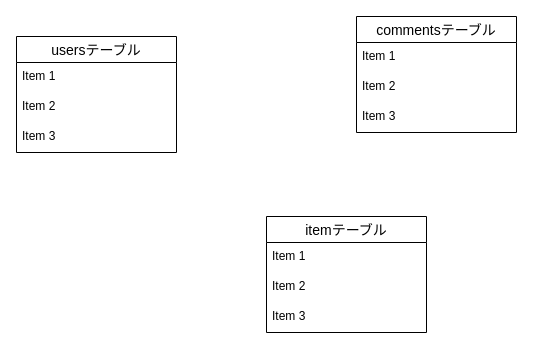
This is test.dio from yushi777/bag-app, a draw.io file, before an edit. Source tidied: cells renumbered, new cells numbered last; positions are measured from the earlier drawing's top-left corner, leaving out a move shared by most shapes. Both pictures are drawn from the tidied source at 100%, with x=0, y=0 at pixel (16, 16).
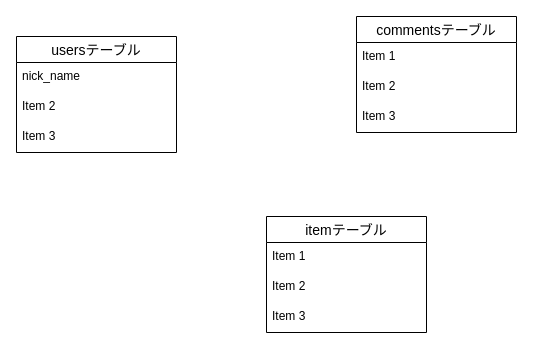
After the change.

Diff of the diagram source:
```diff
@@
 <mxGraphModel>
   <root>
     <mxCell id="0" />
     <mxCell id="1" parent="0" />
     <mxCell id="2" value="usersテーブル" style="swimlane;fontStyle=0;horizontal=1;startSize=26;align=center;fontSize=14;" parent="1" vertex="1">
       <mxGeometry y="20" width="160" height="116" as="geometry" />
     </mxCell>
-    <mxCell id="3" value="Item 1" style="text;strokeColor=none;fillColor=none;spacingLeft=4;spacingRight=4;overflow=hidden;fontSize=12;" parent="2" vertex="1">
+    <mxCell id="3" value="nick_name" style="text;strokeColor=none;fillColor=none;spacingLeft=4;spacingRight=4;overflow=hidden;fontSize=12;" parent="2" vertex="1">
       <mxGeometry y="26" width="160" height="30" as="geometry" />
     </mxCell>
     <mxCell id="4" value="Item 2" style="text;strokeColor=none;fillColor=none;spacingLeft=4;spacingRight=4;overflow=hidden;fontSize=12;" parent="2" vertex="1">
       <mxGeometry y="56" width="160" height="30" as="geometry" />
     </mxCell>
     <mxCell id="5" value="Item 3" style="text;strokeColor=none;fillColor=none;spacingLeft=4;spacingRight=4;overflow=hidden;fontSize=12;" parent="2" vertex="1">
       <mxGeometry y="86" width="160" height="30" as="geometry" />
     </mxCell>
     <mxCell id="6" value="itemテーブル" style="swimlane;fontStyle=0;horizontal=1;startSize=26;align=center;fontSize=14;" parent="1" vertex="1">
       <mxGeometry x="250" y="200" width="160" height="116" as="geometry" />
     </mxCell>
     <mxCell id="7" value="Item 1" style="text;strokeColor=none;fillColor=none;spacingLeft=4;spacingRight=4;overflow=hidden;fontSize=12;" parent="6" vertex="1">
       <mxGeometry y="26" width="160" height="30" as="geometry" />
     </mxCell>
     <mxCell id="8" value="Item 2" style="text;strokeColor=none;fillColor=none;spacingLeft=4;spacingRight=4;overflow=hidden;fontSize=12;" parent="6" vertex="1">
       <mxGeometry y="56" width="160" height="30" as="geometry" />
     </mxCell>
     <mxCell id="9" value="Item 3" style="text;strokeColor=none;fillColor=none;spacingLeft=4;spacingRight=4;overflow=hidden;fontSize=12;" parent="6" vertex="1">
       <mxGeometry y="86" width="160" height="30" as="geometry" />
     </mxCell>
     <mxCell id="10" value="commentsテーブル" style="swimlane;fontStyle=0;horizontal=1;startSize=26;align=center;fontSize=14;" parent="1" vertex="1">
       <mxGeometry x="340" width="160" height="116" as="geometry" />
     </mxCell>
     <mxCell id="11" value="Item 1" style="text;strokeColor=none;fillColor=none;spacingLeft=4;spacingRight=4;overflow=hidden;fontSize=12;" parent="10" vertex="1">
       <mxGeometry y="26" width="160" height="30" as="geometry" />
     </mxCell>
     <mxCell id="12" value="Item 2" style="text;strokeColor=none;fillColor=none;spacingLeft=4;spacingRight=4;overflow=hidden;fontSize=12;" parent="10" vertex="1">
       <mxGeometry y="56" width="160" height="30" as="geometry" />
     </mxCell>
     <mxCell id="13" value="Item 3" style="text;strokeColor=none;fillColor=none;spacingLeft=4;spacingRight=4;overflow=hidden;fontSize=12;" parent="10" vertex="1">
       <mxGeometry y="86" width="160" height="30" as="geometry" />
     </mxCell>
   </root>
 </mxGraphModel>
```
